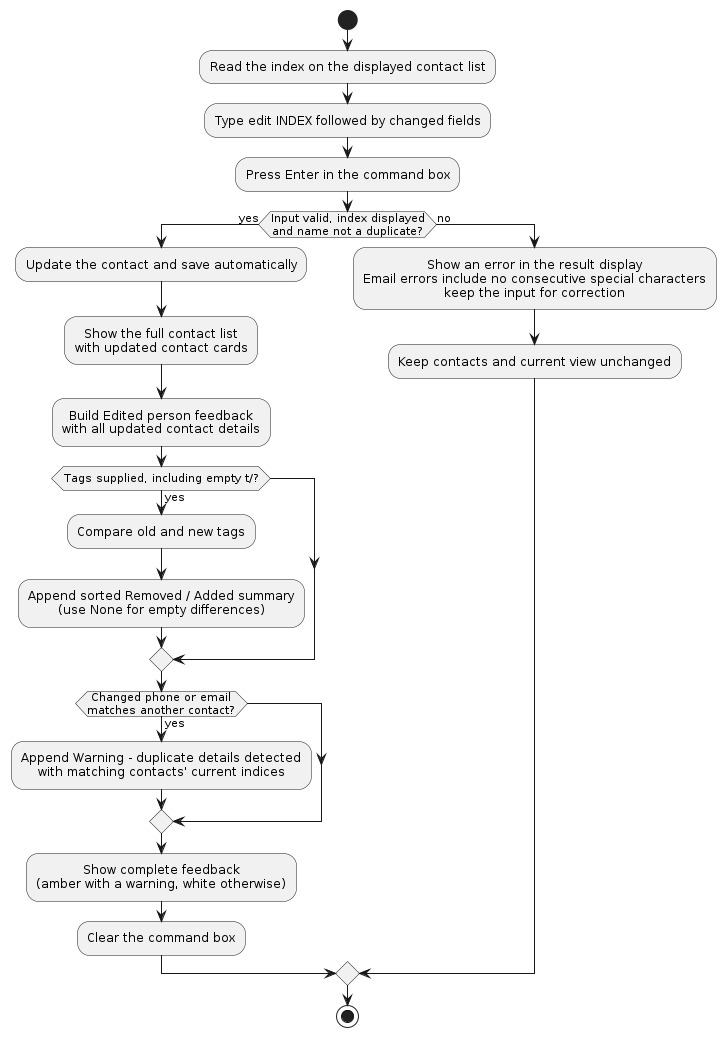
Before: diagrams/EditContactActivityDiagram.png, a diagram exported from PlantUML (AY2627S1-CS2103T-F15-3/tp). Its source is kept beside it as diagrams/EditContactActivityDiagram.puml.
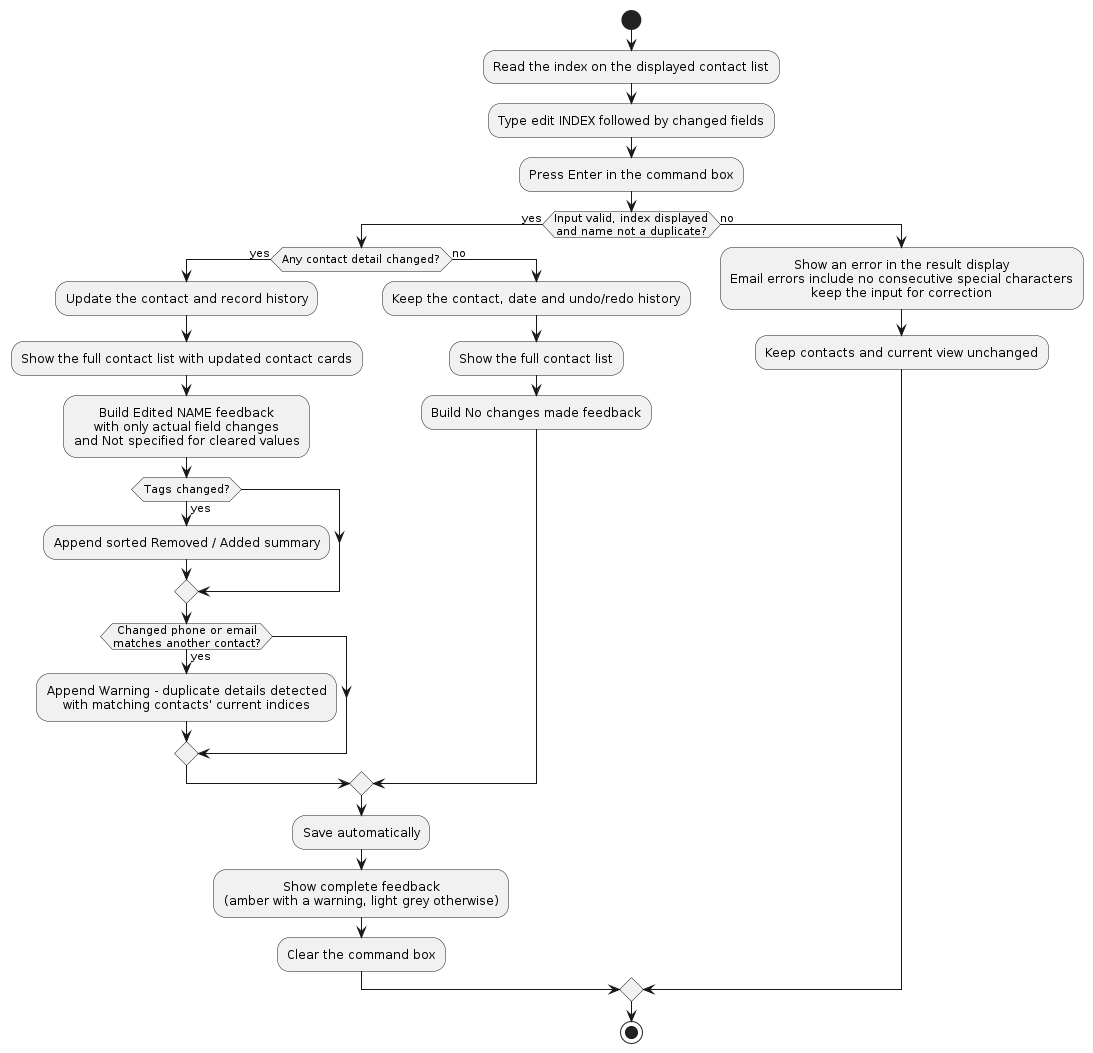
After the commit.

The edit, as a diff of the source:
```diff
@@ -7,21 +7,25 @@
 :Press Enter in the command box;
 if (Input valid, index displayed
 and name not a duplicate?) then (yes)
-  :Update the contact and save automatically;
-  :Show the full contact list
-with updated contact cards;
-  :Build Edited person feedback
-with all updated contact details;
-  if (Tags supplied, including empty t/?) then (yes)
-    :Compare old and new tags;
-    :Append sorted Removed / Added summary\n(use None for empty differences);
+  if (Any contact detail changed?) then (yes)
+    :Update the contact and record history;
+    :Show the full contact list with updated contact cards;
+    :Build Edited NAME feedback\nwith only actual field changes\nand Not specified for cleared values;
+    if (Tags changed?) then (yes)
+      :Append sorted Removed / Added summary;
+    endif
+    if (Changed phone or email
+matches another contact?) then (yes)
+      :Append Warning - duplicate details detected
+with matching contacts' current indices;
+    endif
+  else (no)
+    :Keep the contact, date and undo/redo history;
+    :Show the full contact list;
+    :Build No changes made feedback;
   endif
-  if (Changed phone or email
-matches another contact?) then (yes)
-    :Append Warning - duplicate details detected
-with matching contacts' current indices;
-  endif
-  :Show complete feedback\n(amber with a warning, white otherwise);
+  :Save automatically;
+  :Show complete feedback\n(amber with a warning, light grey otherwise);
   :Clear the command box;
 else (no)
   :Show an error in the result display\nEmail errors include no consecutive special characters\nkeep the input for correction;
```
